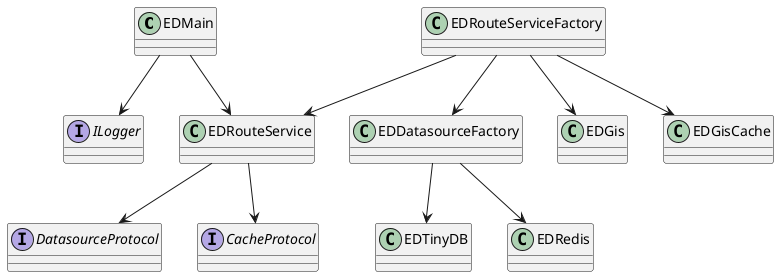
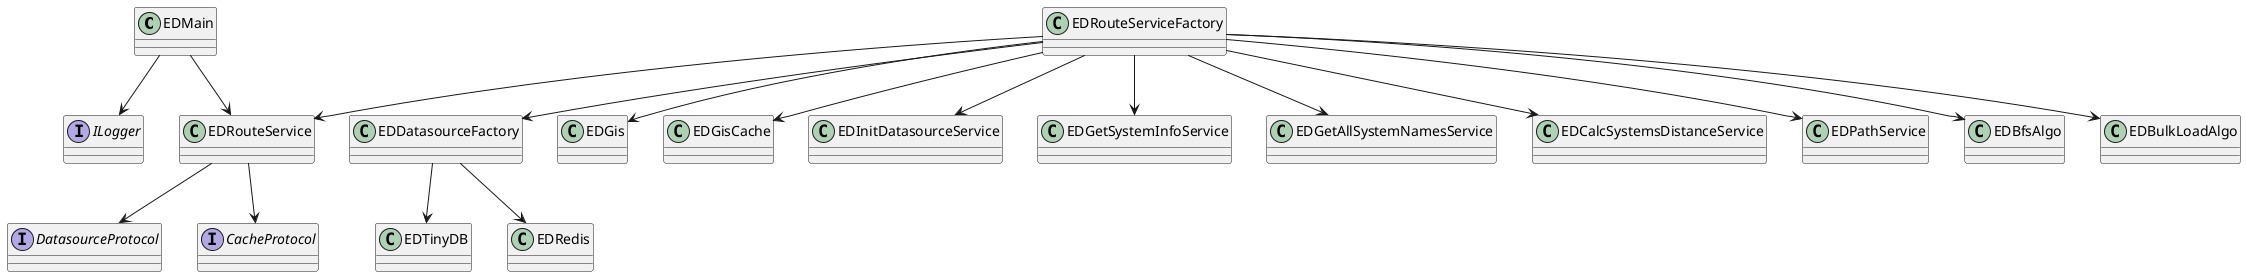
@startuml
class EDMain
class EDRouteService
class EDRouteServiceFactory
class EDDatasourceFactory
class EDGis
class EDGisCache
+ class EDInitDatasourceService
+ class EDGetSystemInfoService
+ class EDGetAllSystemNamesService
+ class EDCalcSystemsDistanceService
+ class EDPathService
+ class EDBfsAlgo
+ class EDBulkLoadAlgo
class EDTinyDB
class EDRedis
interface ILogger
interface DatasourceProtocol
interface CacheProtocol

EDMain --> EDRouteService
EDMain --> ILogger
EDRouteServiceFactory --> EDRouteService
EDRouteServiceFactory --> EDDatasourceFactory
EDRouteServiceFactory --> EDGis
EDRouteServiceFactory --> EDGisCache
+ EDRouteServiceFactory --> EDInitDatasourceService
+ EDRouteServiceFactory --> EDGetSystemInfoService
+ EDRouteServiceFactory --> EDGetAllSystemNamesService
+ EDRouteServiceFactory --> EDCalcSystemsDistanceService
+ EDRouteServiceFactory --> EDPathService
+ EDRouteServiceFactory --> EDBfsAlgo
+ EDRouteServiceFactory --> EDBulkLoadAlgo
EDRouteService --> DatasourceProtocol
EDRouteService --> CacheProtocol
EDDatasourceFactory --> EDTinyDB
EDDatasourceFactory --> EDRedis
@enduml
